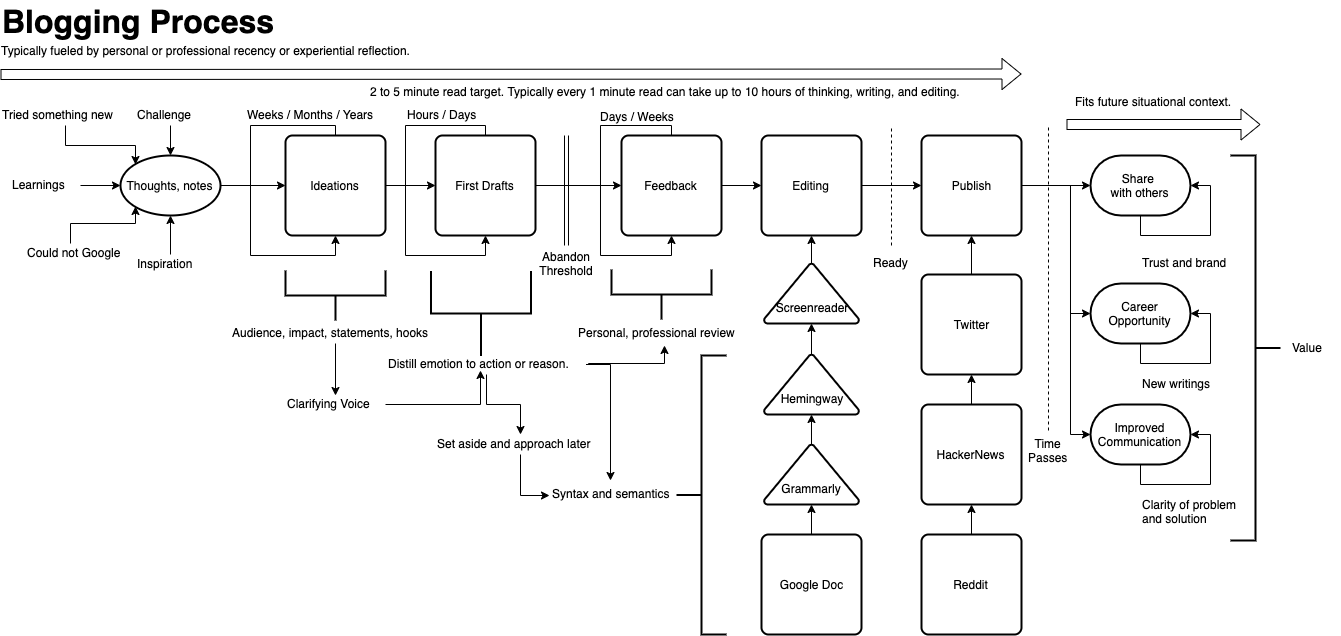
Earlier version of the draw.io export mentoring/diagrams/blogging-process.png (solidi/learning-notes). Source tidied: cells renumbered, new cells last; positions are measured from the earlier drawing's top-left corner, leaving out a move shared by most shapes.
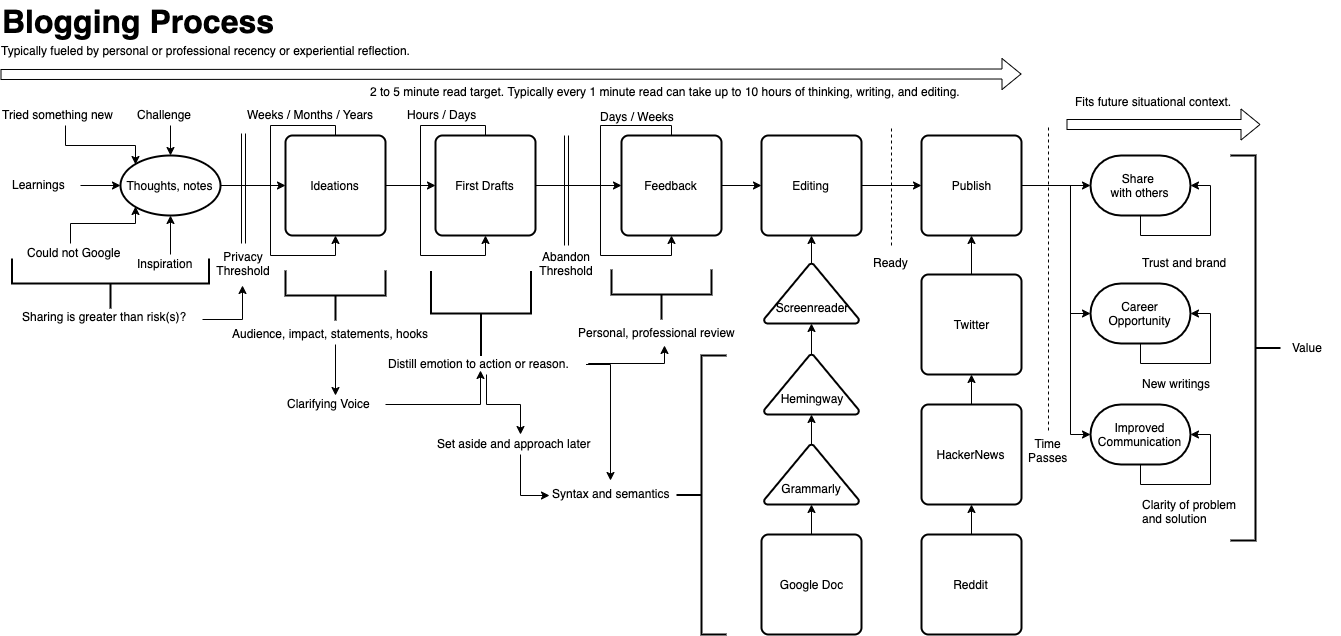
The same file after the commit.

Commit message:
Add updates to blogging process

Diff of the diagram source:
```diff
@@ -12,8 +12,8 @@
       <mxGeometry relative="1" as="geometry">
         <Array as="points">
           <mxPoint x="335" y="125" />
-          <mxPoint x="250" y="125" />
-          <mxPoint x="250" y="255" />
+          <mxPoint x="270" y="125" />
+          <mxPoint x="270" y="255" />
           <mxPoint x="335" y="255" />
         </Array>
       </mxGeometry>
@@ -28,8 +28,8 @@
       <mxGeometry relative="1" as="geometry">
         <Array as="points">
           <mxPoint x="485" y="125" />
-          <mxPoint x="405" y="125" />
-          <mxPoint x="405" y="255" />
+          <mxPoint x="420" y="125" />
+          <mxPoint x="420" y="255" />
           <mxPoint x="485" y="255" />
         </Array>
       </mxGeometry>
@@ -122,7 +122,7 @@
       </mxGeometry>
     </mxCell>
     <mxCell id="30" value="Audience, impact, statements, hooks" style="text;html=1;points=[];align=left;verticalAlign=top;spacingTop=-4;" parent="1" vertex="1">
-      <mxGeometry x="230" y="323" width="210" height="20" as="geometry" />
+      <mxGeometry x="230" y="324" width="210" height="20" as="geometry" />
     </mxCell>
     <mxCell id="31" style="edgeStyle=orthogonalEdgeStyle;rounded=0;jettySize=auto;html=1;entryX=0.473;entryY=0.8;entryDx=0;entryDy=0;entryPerimeter=0;" parent="1" edge="1" source="32" target="39">
       <mxGeometry relative="1" as="geometry" />
@@ -319,5 +319,25 @@
     <mxCell id="84" value="Value" style="text;html=1;align=left;verticalAlign=top;spacingTop=-4;" parent="1" vertex="1">
       <mxGeometry x="1290" y="337.5" width="50" height="20" as="geometry" />
     </mxCell>
+    <mxCell id="85" style="shape=link;html=1;" parent="1" edge="1">
+      <mxGeometry relative="1" as="geometry">
+        <mxPoint x="243" y="243" as="sourcePoint" />
+        <mxPoint x="243" y="133" as="targetPoint" />
+      </mxGeometry>
+    </mxCell>
+    <mxCell id="86" value="Privacy Threshold" style="text;html=1;strokeColor=none;fillColor=none;align=center;verticalAlign=middle;whiteSpace=wrap;rounded=0;" parent="1" vertex="1">
+      <mxGeometry x="223" y="253" width="40" height="20" as="geometry" />
+    </mxCell>
+    <mxCell id="87" style="edgeStyle=orthogonalEdgeStyle;rounded=0;jettySize=auto;html=1;entryX=0.5;entryY=1;entryDx=0;entryDy=0;entryPerimeter=0;exitX=1.011;exitY=0.6;exitDx=0;exitDy=0;exitPerimeter=0;" parent="1" edge="1" source="88">
+      <mxGeometry relative="1" as="geometry">
+        <mxPoint x="242" y="285" as="targetPoint" />
+      </mxGeometry>
+    </mxCell>
+    <mxCell id="88" value="Sharing is greater than risk(s)?" style="text;html=1;points=[];align=left;verticalAlign=top;spacingTop=-4;" parent="1" vertex="1">
+      <mxGeometry x="20" y="307" width="180" height="20" as="geometry" />
+    </mxCell>
+    <mxCell id="89" style="strokeWidth=2;html=1;shape=mxgraph.flowchart.annotation_2;align=left;labelPosition=right;rotation=-90;" parent="1" vertex="1">
+      <mxGeometry x="85" y="184.5" width="50" height="197" as="geometry" />
+    </mxCell>
   </root>
 </mxGraphModel>
```
